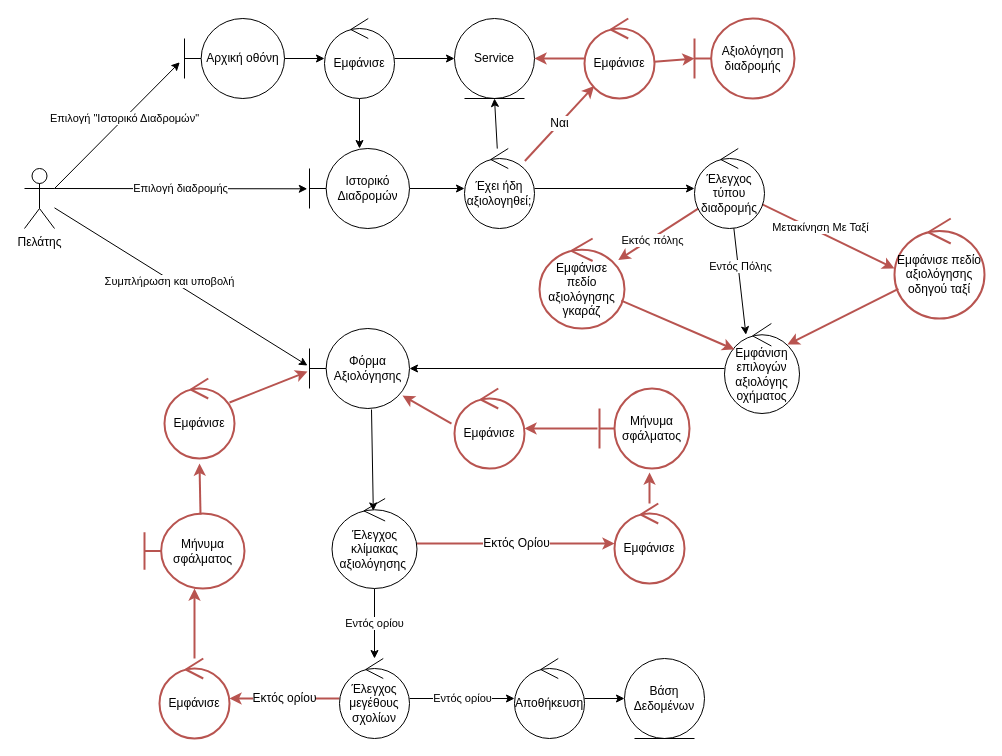
The draw.io diagram Part_2/Robustness/diagrams/15_Αξιολόγηση.drawio in Nikolis2002/texnoligia_logismikou, before the edit. Source tidied: cells renumbered, new cells numbered last; positions are measured from the earlier drawing's top-left corner, leaving out a move shared by most shapes. Both pictures are drawn from the tidied source at 100%, with x=0, y=0 at pixel (24, 18).
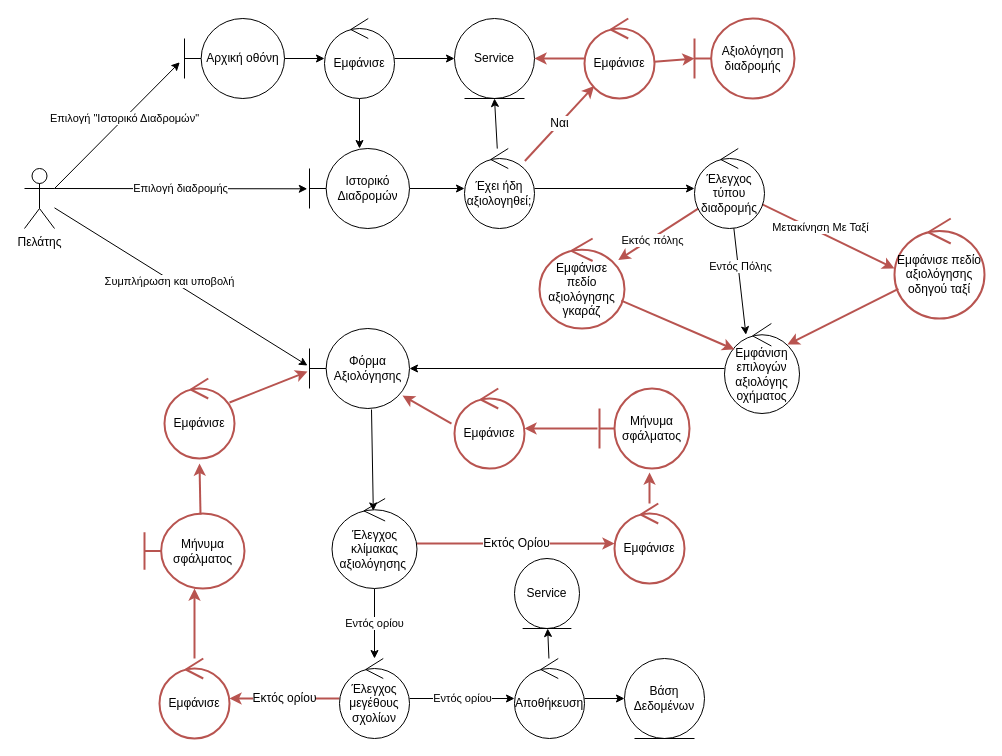
The same diagram, later.

The change refers to these unchanged cells:
```xml
<mxCell id="28" value="Αποθήκευση" style="ellipse;shape=umlControl;whiteSpace=wrap;html=1;" parent="1" vertex="1">
  <mxGeometry x="490" y="640" width="70" height="80" as="geometry" />
</mxCell>
```

The edit, as a diff of the source:
```diff
@@
+    <mxCell id="60" style="edgeStyle=none;html=1;" parent="1" edge="1" source="28" target="61">
+      <mxGeometry relative="1" as="geometry" />
+    </mxCell>
@@
+    <mxCell id="61" value="Service" style="ellipse;shape=umlEntity;whiteSpace=wrap;html=1;" parent="1" vertex="1">
+      <mxGeometry x="490" y="540" width="65" height="70" as="geometry" />
+    </mxCell>
```
